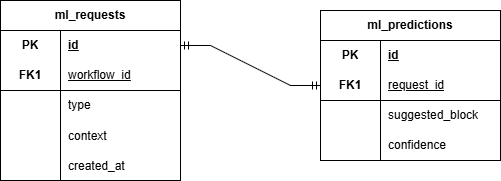
The draw.io diagram docs/ER-диаграмма_ml.png in Michail19/FlowAct, before a commit. Source tidied: cells renumbered, new cells last; positions are measured from the earlier drawing's top-left corner, leaving out a move shared by most shapes.
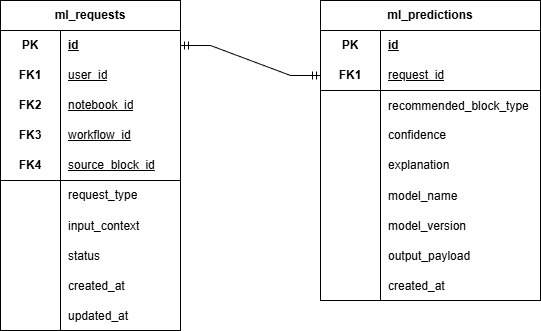
After the change.

What changed in the source:
```diff
@@ -3,7 +3,7 @@
     <mxCell id="0" />
     <mxCell id="1" parent="0" />
     <mxCell id="2" value="ml_requests" style="shape=table;startSize=30;rowLines=0;fontStyle=1;align=center;html=1;whiteSpace=wrap;" parent="1" vertex="1">
-      <mxGeometry width="180" height="180" as="geometry" />
+      <mxGeometry width="180" height="330" as="geometry" />
     </mxCell>
     <mxCell id="3" style="shape=tableRow;horizontal=0;startSize=0;swimlaneHead=0;swimlaneBody=0;fillColor=none;points=[[0,0.5],[1,0.5]];portConstraint=eastwest;top=0;left=0;right=0;bottom=0;" parent="2" vertex="1">
       <mxGeometry y="30" width="180" height="30" as="geometry" />
@@ -14,35 +14,71 @@
     <mxCell id="5" value="&lt;span style=&quot;font-weight: 700; text-decoration-line: underline;&quot;&gt;id&lt;/span&gt;" style="shape=partialRectangle;fillColor=none;top=0;left=0;bottom=0;right=0;align=left;spacingLeft=6;fontStyle=0;overflow=hidden;whiteSpace=wrap;html=1;" parent="3" vertex="1">
       <mxGeometry x="60" width="120" height="30" as="geometry" />
     </mxCell>
+    <mxCell id="32" style="shape=tableRow;horizontal=0;startSize=0;swimlaneHead=0;swimlaneBody=0;fillColor=none;top=0;left=0;right=0;bottom=0;" parent="2" vertex="1">
+      <mxGeometry y="60" width="180" height="30" as="geometry" />
+    </mxCell>
+    <mxCell id="33" value="&lt;b&gt;FK1&lt;/b&gt;" style="shape=partialRectangle;fillColor=none;top=0;left=0;bottom=0;right=0;fontStyle=0;overflow=hidden;whiteSpace=wrap;html=1;" parent="32" vertex="1">
+      <mxGeometry width="60" height="30" as="geometry" />
+    </mxCell>
+    <mxCell id="34" value="&lt;span style=&quot;text-decoration-line: underline;&quot;&gt;user_id&lt;/span&gt;" style="shape=partialRectangle;fillColor=none;top=0;left=0;bottom=0;right=0;align=left;spacingLeft=6;fontStyle=0;overflow=hidden;whiteSpace=wrap;html=1;" parent="32" vertex="1">
+      <mxGeometry x="60" width="120" height="30" as="geometry" />
+    </mxCell>
+    <mxCell id="35" style="shape=tableRow;horizontal=0;startSize=0;swimlaneHead=0;swimlaneBody=0;fillColor=none;top=0;left=0;right=0;bottom=0;" parent="2" vertex="1">
+      <mxGeometry y="90" width="180" height="30" as="geometry" />
+    </mxCell>
+    <mxCell id="36" value="&lt;b&gt;FK2&lt;/b&gt;" style="shape=partialRectangle;fillColor=none;top=0;left=0;bottom=0;right=0;fontStyle=0;overflow=hidden;whiteSpace=wrap;html=1;" parent="35" vertex="1">
+      <mxGeometry width="60" height="30" as="geometry" />
+    </mxCell>
+    <mxCell id="37" value="&lt;span style=&quot;text-decoration-line: underline;&quot;&gt;notebook_id&lt;/span&gt;" style="shape=partialRectangle;fillColor=none;top=0;left=0;bottom=0;right=0;align=left;spacingLeft=6;fontStyle=0;overflow=hidden;whiteSpace=wrap;html=1;" parent="35" vertex="1">
+      <mxGeometry x="60" width="120" height="30" as="geometry" />
+    </mxCell>
+    <mxCell id="38" style="shape=tableRow;horizontal=0;startSize=0;swimlaneHead=0;swimlaneBody=0;fillColor=none;top=0;left=0;right=0;bottom=0;" parent="2" vertex="1">
+      <mxGeometry y="120" width="180" height="30" as="geometry" />
+    </mxCell>
+    <mxCell id="39" value="&lt;b&gt;FK3&lt;/b&gt;" style="shape=partialRectangle;fillColor=none;top=0;left=0;bottom=0;right=0;fontStyle=0;overflow=hidden;whiteSpace=wrap;html=1;" parent="38" vertex="1">
+      <mxGeometry width="60" height="30" as="geometry" />
+    </mxCell>
+    <mxCell id="40" value="&lt;span style=&quot;text-decoration-line: underline;&quot;&gt;workflow_id&lt;/span&gt;" style="shape=partialRectangle;fillColor=none;top=0;left=0;bottom=0;right=0;align=left;spacingLeft=6;fontStyle=0;overflow=hidden;whiteSpace=wrap;html=1;" parent="38" vertex="1">
+      <mxGeometry x="60" width="120" height="30" as="geometry" />
+    </mxCell>
     <mxCell id="6" style="shape=tableRow;horizontal=0;startSize=0;swimlaneHead=0;swimlaneBody=0;fillColor=none;top=0;left=0;right=0;bottom=1;html=1;" parent="2" vertex="1">
-      <mxGeometry y="60" width="180" height="30" as="geometry" />
+      <mxGeometry y="150" width="180" height="30" as="geometry" />
     </mxCell>
-    <mxCell id="7" value="FK1" style="shape=partialRectangle;fillColor=none;top=0;left=0;bottom=0;right=0;fontStyle=1;overflow=hidden;html=1;whiteSpace=wrap;" parent="6" vertex="1">
+    <mxCell id="7" value="FK4" style="shape=partialRectangle;fillColor=none;top=0;left=0;bottom=0;right=0;fontStyle=1;overflow=hidden;html=1;whiteSpace=wrap;" parent="6" vertex="1">
       <mxGeometry width="60" height="30" as="geometry" />
     </mxCell>
-    <mxCell id="8" value="&lt;span style=&quot;font-weight: 400;&quot;&gt;workflow_id&lt;/span&gt;" style="shape=partialRectangle;fillColor=none;top=0;left=0;bottom=0;right=0;align=left;spacingLeft=6;fontStyle=5;overflow=hidden;html=1;whiteSpace=wrap;" parent="6" vertex="1">
+    <mxCell id="8" value="&lt;span style=&quot;font-weight: 400;&quot;&gt;source_block_id&lt;/span&gt;" style="shape=partialRectangle;fillColor=none;top=0;left=0;bottom=0;right=0;align=left;spacingLeft=6;fontStyle=5;overflow=hidden;html=1;whiteSpace=wrap;" parent="6" vertex="1">
       <mxGeometry x="60" width="120" height="30" as="geometry" />
     </mxCell>
     <mxCell id="9" style="shape=tableRow;horizontal=0;startSize=0;swimlaneHead=0;swimlaneBody=0;fillColor=none;top=0;left=0;right=0;bottom=0;html=1;" parent="2" vertex="1">
-      <mxGeometry y="90" width="180" height="30" as="geometry" />
+      <mxGeometry y="180" width="180" height="30" as="geometry" />
     </mxCell>
     <mxCell id="10" style="shape=partialRectangle;fillColor=none;top=0;left=0;bottom=0;right=0;overflow=hidden;html=1;whiteSpace=wrap;" parent="9" vertex="1">
       <mxGeometry width="60" height="30" as="geometry" />
     </mxCell>
-    <mxCell id="11" value="type" style="shape=partialRectangle;fillColor=none;top=0;left=0;bottom=0;right=0;align=left;spacingLeft=6;overflow=hidden;html=1;whiteSpace=wrap;" parent="9" vertex="1">
+    <mxCell id="11" value="request_type" style="shape=partialRectangle;fillColor=none;top=0;left=0;bottom=0;right=0;align=left;spacingLeft=6;overflow=hidden;html=1;whiteSpace=wrap;" parent="9" vertex="1">
       <mxGeometry x="60" width="120" height="30" as="geometry" />
     </mxCell>
     <mxCell id="12" style="shape=tableRow;horizontal=0;startSize=0;swimlaneHead=0;swimlaneBody=0;fillColor=none;top=0;left=0;right=0;bottom=0;" parent="2" vertex="1">
-      <mxGeometry y="120" width="180" height="30" as="geometry" />
+      <mxGeometry y="210" width="180" height="30" as="geometry" />
     </mxCell>
     <mxCell id="13" style="shape=partialRectangle;fillColor=none;top=0;left=0;bottom=0;right=0;overflow=hidden;" parent="12" vertex="1">
       <mxGeometry width="60" height="30" as="geometry" />
     </mxCell>
-    <mxCell id="14" value="context" style="shape=partialRectangle;fillColor=none;top=0;left=0;bottom=0;right=0;align=left;spacingLeft=6;overflow=hidden;" parent="12" vertex="1">
+    <mxCell id="14" value="input_context" style="shape=partialRectangle;fillColor=none;top=0;left=0;bottom=0;right=0;align=left;spacingLeft=6;overflow=hidden;" parent="12" vertex="1">
       <mxGeometry x="60" width="120" height="30" as="geometry" />
     </mxCell>
+    <mxCell id="41" style="shape=tableRow;horizontal=0;startSize=0;swimlaneHead=0;swimlaneBody=0;fillColor=none;top=0;left=0;right=0;bottom=0;" parent="2" vertex="1">
+      <mxGeometry y="240" width="180" height="30" as="geometry" />
+    </mxCell>
+    <mxCell id="42" style="shape=partialRectangle;fillColor=none;top=0;left=0;bottom=0;right=0;overflow=hidden;" parent="41" vertex="1">
+      <mxGeometry width="60" height="30" as="geometry" />
+    </mxCell>
+    <mxCell id="43" value="status" style="shape=partialRectangle;fillColor=none;top=0;left=0;bottom=0;right=0;align=left;spacingLeft=6;overflow=hidden;" parent="41" vertex="1">
+      <mxGeometry x="60" width="120" height="30" as="geometry" />
+    </mxCell>
     <mxCell id="15" style="shape=tableRow;horizontal=0;startSize=0;swimlaneHead=0;swimlaneBody=0;fillColor=none;top=0;left=0;right=0;bottom=0;" parent="2" vertex="1">
-      <mxGeometry y="150" width="180" height="30" as="geometry" />
+      <mxGeometry y="270" width="180" height="30" as="geometry" />
     </mxCell>
     <mxCell id="16" style="shape=partialRectangle;fillColor=none;top=0;left=0;bottom=0;right=0;overflow=hidden;" parent="15" vertex="1">
       <mxGeometry width="60" height="30" as="geometry" />
@@ -50,45 +86,99 @@
     <mxCell id="17" value="created_at" style="shape=partialRectangle;fillColor=none;top=0;left=0;bottom=0;right=0;align=left;spacingLeft=6;overflow=hidden;" parent="15" vertex="1">
       <mxGeometry x="60" width="120" height="30" as="geometry" />
     </mxCell>
+    <mxCell id="44" style="shape=tableRow;horizontal=0;startSize=0;swimlaneHead=0;swimlaneBody=0;fillColor=none;top=0;left=0;right=0;bottom=0;" parent="2" vertex="1">
+      <mxGeometry y="300" width="180" height="30" as="geometry" />
+    </mxCell>
+    <mxCell id="45" style="shape=partialRectangle;fillColor=none;top=0;left=0;bottom=0;right=0;overflow=hidden;" parent="44" vertex="1">
+      <mxGeometry width="60" height="30" as="geometry" />
+    </mxCell>
+    <mxCell id="46" value="updated_at" style="shape=partialRectangle;fillColor=none;top=0;left=0;bottom=0;right=0;align=left;spacingLeft=6;overflow=hidden;" parent="44" vertex="1">
+      <mxGeometry x="60" width="120" height="30" as="geometry" />
+    </mxCell>
     <mxCell id="18" value="ml_predictions" style="shape=table;startSize=30;rowLines=0;fontStyle=1;align=center;html=1;whiteSpace=wrap;" parent="1" vertex="1">
-      <mxGeometry x="320" y="10" width="180" height="150" as="geometry" />
+      <mxGeometry x="320" width="220" height="300" as="geometry" />
     </mxCell>
     <mxCell id="19" style="shape=tableRow;horizontal=0;startSize=0;swimlaneHead=0;swimlaneBody=0;fillColor=none;top=0;left=0;right=0;bottom=0;html=1;" parent="18" vertex="1">
-      <mxGeometry y="30" width="180" height="30" as="geometry" />
+      <mxGeometry y="30" width="220" height="30" as="geometry" />
     </mxCell>
     <mxCell id="20" value="PK" style="shape=partialRectangle;fillColor=none;top=0;left=0;bottom=0;right=0;fontStyle=1;overflow=hidden;html=1;whiteSpace=wrap;" parent="19" vertex="1">
       <mxGeometry width="60" height="30" as="geometry" />
     </mxCell>
     <mxCell id="21" value="id" style="shape=partialRectangle;fillColor=none;top=0;left=0;bottom=0;right=0;align=left;spacingLeft=6;fontStyle=5;overflow=hidden;html=1;whiteSpace=wrap;" parent="19" vertex="1">
-      <mxGeometry x="60" width="120" height="30" as="geometry" />
+      <mxGeometry x="60" width="160" height="30" as="geometry" />
     </mxCell>
     <mxCell id="22" style="shape=tableRow;horizontal=0;startSize=0;swimlaneHead=0;swimlaneBody=0;fillColor=none;points=[[0,0.5],[1,0.5]];portConstraint=eastwest;top=0;left=0;right=0;bottom=1;html=1;" parent="18" vertex="1">
-      <mxGeometry y="60" width="180" height="30" as="geometry" />
+      <mxGeometry y="60" width="220" height="30" as="geometry" />
     </mxCell>
     <mxCell id="23" value="&lt;div&gt;&lt;span style=&quot;background-color: transparent; color: light-dark(rgb(0, 0, 0), rgb(255, 255, 255));&quot;&gt;FK1&lt;/span&gt;&lt;/div&gt;" style="shape=partialRectangle;fillColor=none;top=0;left=0;bottom=0;right=0;fontStyle=1;overflow=hidden;html=1;whiteSpace=wrap;" parent="22" vertex="1">
       <mxGeometry width="60" height="30" as="geometry" />
     </mxCell>
     <mxCell id="24" value="&lt;span style=&quot;font-weight: 400;&quot;&gt;request_id&lt;/span&gt;" style="shape=partialRectangle;fillColor=none;top=0;left=0;bottom=0;right=0;align=left;spacingLeft=6;fontStyle=5;overflow=hidden;html=1;whiteSpace=wrap;" parent="22" vertex="1">
-      <mxGeometry x="60" width="120" height="30" as="geometry" />
+      <mxGeometry x="60" width="160" height="30" as="geometry" />
     </mxCell>
+    <mxCell id="47" style="shape=tableRow;horizontal=0;startSize=0;swimlaneHead=0;swimlaneBody=0;fillColor=none;top=0;left=0;right=0;bottom=0;" parent="18" vertex="1">
+      <mxGeometry y="90" width="220" height="30" as="geometry" />
+    </mxCell>
+    <mxCell id="48" style="shape=partialRectangle;fillColor=none;top=0;left=0;bottom=0;right=0;overflow=hidden;" parent="47" vertex="1">
+      <mxGeometry width="60" height="30" as="geometry" />
+    </mxCell>
+    <mxCell id="49" value="recommended_block_type" style="shape=partialRectangle;fillColor=none;top=0;left=0;bottom=0;right=0;align=left;spacingLeft=6;overflow=hidden;" parent="47" vertex="1">
+      <mxGeometry x="60" width="160" height="30" as="geometry" />
+    </mxCell>
+    <mxCell id="28" style="shape=tableRow;horizontal=0;startSize=0;swimlaneHead=0;swimlaneBody=0;fillColor=none;top=0;left=0;right=0;bottom=0;html=1;" parent="18" vertex="1">
+      <mxGeometry y="120" width="220" height="30" as="geometry" />
+    </mxCell>
+    <mxCell id="29" style="shape=partialRectangle;fillColor=none;top=0;left=0;bottom=0;right=0;overflow=hidden;html=1;whiteSpace=wrap;" parent="28" vertex="1">
+      <mxGeometry width="60" height="30" as="geometry" />
+    </mxCell>
+    <mxCell id="30" value="confidence" style="shape=partialRectangle;fillColor=none;top=0;left=0;bottom=0;right=0;align=left;spacingLeft=6;overflow=hidden;html=1;whiteSpace=wrap;" parent="28" vertex="1">
+      <mxGeometry x="60" width="160" height="30" as="geometry" />
+    </mxCell>
     <mxCell id="25" style="shape=tableRow;horizontal=0;startSize=0;swimlaneHead=0;swimlaneBody=0;fillColor=none;top=0;left=0;right=0;bottom=0;html=1;" parent="18" vertex="1">
-      <mxGeometry y="90" width="180" height="30" as="geometry" />
+      <mxGeometry y="150" width="220" height="30" as="geometry" />
     </mxCell>
     <mxCell id="26" style="shape=partialRectangle;fillColor=none;top=0;left=0;bottom=0;right=0;overflow=hidden;html=1;whiteSpace=wrap;" parent="25" vertex="1">
       <mxGeometry width="60" height="30" as="geometry" />
     </mxCell>
-    <mxCell id="27" value="suggested_block" style="shape=partialRectangle;fillColor=none;top=0;left=0;bottom=0;right=0;align=left;spacingLeft=6;overflow=hidden;html=1;whiteSpace=wrap;" parent="25" vertex="1">
-      <mxGeometry x="60" width="120" height="30" as="geometry" />
+    <mxCell id="27" value="explanation" style="shape=partialRectangle;fillColor=none;top=0;left=0;bottom=0;right=0;align=left;spacingLeft=6;overflow=hidden;html=1;whiteSpace=wrap;" parent="25" vertex="1">
+      <mxGeometry x="60" width="160" height="30" as="geometry" />
     </mxCell>
-    <mxCell id="28" style="shape=tableRow;horizontal=0;startSize=0;swimlaneHead=0;swimlaneBody=0;fillColor=none;top=0;left=0;right=0;bottom=0;html=1;" parent="18" vertex="1">
-      <mxGeometry y="120" width="180" height="30" as="geometry" />
-    </mxCell>
-    <mxCell id="29" style="shape=partialRectangle;fillColor=none;top=0;left=0;bottom=0;right=0;overflow=hidden;html=1;whiteSpace=wrap;" parent="28" vertex="1">
-      <mxGeometry width="60" height="30" as="geometry" />
-    </mxCell>
-    <mxCell id="30" value="confidence" style="shape=partialRectangle;fillColor=none;top=0;left=0;bottom=0;right=0;align=left;spacingLeft=6;overflow=hidden;html=1;whiteSpace=wrap;" parent="28" vertex="1">
-      <mxGeometry x="60" width="120" height="30" as="geometry" />
-    </mxCell>
+    <mxCell id="50" style="shape=tableRow;horizontal=0;startSize=0;swimlaneHead=0;swimlaneBody=0;fillColor=none;top=0;left=0;right=0;bottom=0;" parent="18" vertex="1">
+      <mxGeometry y="180" width="220" height="30" as="geometry" />
+    </mxCell>
+    <mxCell id="51" style="shape=partialRectangle;fillColor=none;top=0;left=0;bottom=0;right=0;overflow=hidden;" parent="50" vertex="1">
+      <mxGeometry width="60" height="30" as="geometry" />
+    </mxCell>
+    <mxCell id="52" value="model_name" style="shape=partialRectangle;fillColor=none;top=0;left=0;bottom=0;right=0;align=left;spacingLeft=6;overflow=hidden;" parent="50" vertex="1">
+      <mxGeometry x="60" width="160" height="30" as="geometry" />
+    </mxCell>
+    <mxCell id="53" style="shape=tableRow;horizontal=0;startSize=0;swimlaneHead=0;swimlaneBody=0;fillColor=none;top=0;left=0;right=0;bottom=0;" parent="18" vertex="1">
+      <mxGeometry y="210" width="220" height="30" as="geometry" />
+    </mxCell>
+    <mxCell id="54" style="shape=partialRectangle;fillColor=none;top=0;left=0;bottom=0;right=0;overflow=hidden;" parent="53" vertex="1">
+      <mxGeometry width="60" height="30" as="geometry" />
+    </mxCell>
+    <mxCell id="55" value="model_version" style="shape=partialRectangle;fillColor=none;top=0;left=0;bottom=0;right=0;align=left;spacingLeft=6;overflow=hidden;" parent="53" vertex="1">
+      <mxGeometry x="60" width="160" height="30" as="geometry" />
+    </mxCell>
+    <mxCell id="56" style="shape=tableRow;horizontal=0;startSize=0;swimlaneHead=0;swimlaneBody=0;fillColor=none;top=0;left=0;right=0;bottom=0;" parent="18" vertex="1">
+      <mxGeometry y="240" width="220" height="30" as="geometry" />
+    </mxCell>
+    <mxCell id="57" style="shape=partialRectangle;fillColor=none;top=0;left=0;bottom=0;right=0;overflow=hidden;" parent="56" vertex="1">
+      <mxGeometry width="60" height="30" as="geometry" />
+    </mxCell>
+    <mxCell id="58" value="output_payload" style="shape=partialRectangle;fillColor=none;top=0;left=0;bottom=0;right=0;align=left;spacingLeft=6;overflow=hidden;" parent="56" vertex="1">
+      <mxGeometry x="60" width="160" height="30" as="geometry" />
+    </mxCell>
+    <mxCell id="59" style="shape=tableRow;horizontal=0;startSize=0;swimlaneHead=0;swimlaneBody=0;fillColor=none;top=0;left=0;right=0;bottom=0;" parent="18" vertex="1">
+      <mxGeometry y="270" width="220" height="30" as="geometry" />
+    </mxCell>
+    <mxCell id="60" style="shape=partialRectangle;fillColor=none;top=0;left=0;bottom=0;right=0;overflow=hidden;" parent="59" vertex="1">
+      <mxGeometry width="60" height="30" as="geometry" />
+    </mxCell>
+    <mxCell id="61" value="created_at" style="shape=partialRectangle;fillColor=none;top=0;left=0;bottom=0;right=0;align=left;spacingLeft=6;overflow=hidden;" parent="59" vertex="1">
+      <mxGeometry x="60" width="160" height="30" as="geometry" />
+    </mxCell>
     <mxCell id="31" style="edgeStyle=entityRelationEdgeStyle;fontSize=12;html=1;endArrow=ERmandOne;startArrow=ERmandOne;rounded=0;entryX=0;entryY=0.5;entryDx=0;entryDy=0;exitX=1;exitY=0.5;exitDx=0;exitDy=0;" parent="1" edge="1" source="3" target="22">
       <mxGeometry relative="1" as="geometry" />
     </mxCell>
```
